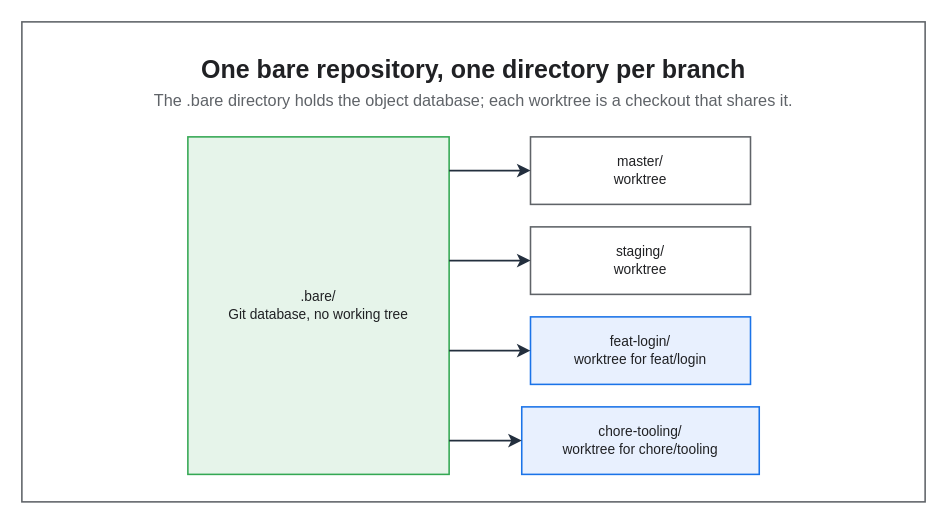
KKamJi98/kkamji98.github.io keeps this draw.io diagram as assets/img/git/bare-worktree-layout.drawio. Above is the earlier version. Source tidied: cells renumbered, new cells numbered last; positions are measured from the earlier drawing's top-left corner, leaving out a move shared by most shapes. Both pictures are drawn from the tidied source at 125%, with x=0, y=0 at pixel (21, 21).
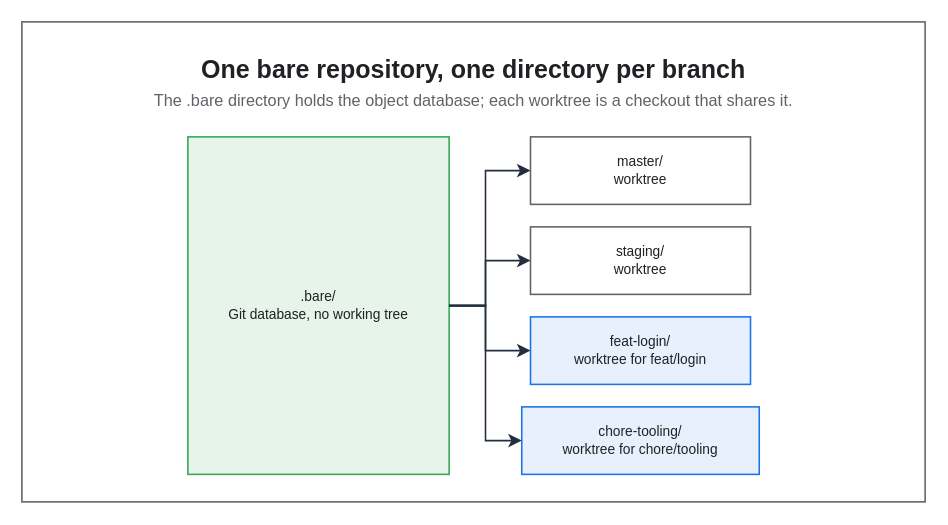
The same page after the edit.

The change refers to these unchanged cells:
```xml
<mxCell id="5" value=".bare/&#10;Git database, no working tree" style="rounded=0;whiteSpace=wrap;html=0;fillColor=#E6F4EA;strokeColor=#34A853;fontColor=#202124;fontSize=11;fontStyle=0;align=center;verticalAlign=middle;spacingLeft=6;spacingRight=6;strokeWidth=1.25;" parent="1" vertex="1">
  <mxGeometry x="132.8" y="92" width="209" height="270" as="geometry" />
</mxCell>
<mxCell id="6" value="master/&#10;worktree" style="rounded=0;whiteSpace=wrap;html=0;fillColor=#FFFFFF;strokeColor=#5F6368;fontColor=#202124;fontSize=11;fontStyle=0;align=center;verticalAlign=middle;spacingLeft=6;spacingRight=6;strokeWidth=1.25;" parent="1" vertex="1">
  <mxGeometry x="406.9" y="92" width="176" height="54" as="geometry" />
</mxCell>
<mxCell id="7" value="staging/&#10;worktree" style="rounded=0;whiteSpace=wrap;html=0;fillColor=#FFFFFF;strokeColor=#5F6368;fontColor=#202124;fontSize=11;fontStyle=0;align=center;verticalAlign=middle;spacingLeft=6;spacingRight=6;strokeWidth=1.25;" parent="1" vertex="1">
  <mxGeometry x="406.9" y="164" width="176" height="54" as="geometry" />
</mxCell>
<mxCell id="8" value="feat-login/&#10;worktree for feat/login" style="rounded=0;whiteSpace=wrap;html=0;fillColor=#E8F0FE;strokeColor=#1A73E8;fontColor=#202124;fontSize=11;fontStyle=0;align=center;verticalAlign=middle;spacingLeft=6;spacingRight=6;strokeWidth=1.25;" parent="1" vertex="1">
  <mxGeometry x="406.9" y="236" width="176" height="54" as="geometry" />
</mxCell>
<mxCell id="9" value="chore-tooling/&#10;worktree for chore/tooling" style="rounded=0;whiteSpace=wrap;html=0;fillColor=#E8F0FE;strokeColor=#1A73E8;fontColor=#202124;fontSize=11;fontStyle=0;align=center;verticalAlign=middle;spacingLeft=6;spacingRight=6;strokeWidth=1.25;" parent="1" vertex="1">
  <mxGeometry x="399.9" y="308" width="190" height="54" as="geometry" />
</mxCell>
```

The edit, as a diff of the source:
```diff
@@
-    <mxCell id="10" style="edgeStyle=orthogonalEdgeStyle;rounded=0;html=0;strokeColor=#232F3E;strokeWidth=1.25;endArrow=classic;endFill=1;endSize=7;fontSize=11;fontColor=#202124;labelBackgroundColor=none;jettySize=14;exitX=1;exitY=0.1;entryX=0;entryY=0.5;exitDx=0;exitDy=0;entryDx=0;entryDy=0;" parent="1" edge="1" source="5" target="6">
-      <mxGeometry relative="1" as="geometry" />
+    <mxCell id="10" style="edgeStyle=orthogonalEdgeStyle;rounded=0;html=0;strokeColor=#232F3E;strokeWidth=1.25;endArrow=classic;endFill=1;endSize=7;fontSize=11;fontColor=#202124;labelBackgroundColor=none;jettySize=14;exitX=1;exitY=0.5;entryX=0;entryY=0.5;exitDx=0;exitDy=0;entryDx=0;entryDy=0;" parent="1" edge="1" source="5" target="6">
+      <mxGeometry relative="1" as="geometry">
+        <Array as="points">
+          <mxPoint x="370.9" y="227" />
+          <mxPoint x="370.9" y="119" />
+        </Array>
+      </mxGeometry>
     </mxCell>
-    <mxCell id="11" style="edgeStyle=orthogonalEdgeStyle;rounded=0;html=0;strokeColor=#232F3E;strokeWidth=1.25;endArrow=classic;endFill=1;endSize=7;fontSize=11;fontColor=#202124;labelBackgroundColor=none;jettySize=14;exitX=1;exitY=0.3667;entryX=0;entryY=0.5;exitDx=0;exitDy=0;entryDx=0;entryDy=0;" parent="1" edge="1" source="5" target="7">
-      <mxGeometry relative="1" as="geometry" />
+    <mxCell id="11" style="edgeStyle=orthogonalEdgeStyle;rounded=0;html=0;strokeColor=#232F3E;strokeWidth=1.25;endArrow=classic;endFill=1;endSize=7;fontSize=11;fontColor=#202124;labelBackgroundColor=none;jettySize=14;exitX=1;exitY=0.5;entryX=0;entryY=0.5;exitDx=0;exitDy=0;entryDx=0;entryDy=0;" parent="1" edge="1" source="5" target="7">
+      <mxGeometry relative="1" as="geometry">
+        <Array as="points">
+          <mxPoint x="370.9" y="227" />
+          <mxPoint x="370.9" y="191" />
+        </Array>
+      </mxGeometry>
     </mxCell>
-    <mxCell id="12" style="edgeStyle=orthogonalEdgeStyle;rounded=0;html=0;strokeColor=#232F3E;strokeWidth=1.25;endArrow=classic;endFill=1;endSize=7;fontSize=11;fontColor=#202124;labelBackgroundColor=none;jettySize=14;exitX=1;exitY=0.6333;entryX=0;entryY=0.5;exitDx=0;exitDy=0;entryDx=0;entryDy=0;" parent="1" edge="1" source="5" target="8">
-      <mxGeometry relative="1" as="geometry" />
+    <mxCell id="12" style="edgeStyle=orthogonalEdgeStyle;rounded=0;html=0;strokeColor=#232F3E;strokeWidth=1.25;endArrow=classic;endFill=1;endSize=7;fontSize=11;fontColor=#202124;labelBackgroundColor=none;jettySize=14;exitX=1;exitY=0.5;entryX=0;entryY=0.5;exitDx=0;exitDy=0;entryDx=0;entryDy=0;" parent="1" edge="1" source="5" target="8">
+      <mxGeometry relative="1" as="geometry">
+        <Array as="points">
+          <mxPoint x="370.9" y="227" />
+          <mxPoint x="370.9" y="263" />
+        </Array>
+      </mxGeometry>
     </mxCell>
-    <mxCell id="13" style="edgeStyle=orthogonalEdgeStyle;rounded=0;html=0;strokeColor=#232F3E;strokeWidth=1.25;endArrow=classic;endFill=1;endSize=7;fontSize=11;fontColor=#202124;labelBackgroundColor=none;jettySize=14;exitX=1;exitY=0.9;entryX=0;entryY=0.5;exitDx=0;exitDy=0;entryDx=0;entryDy=0;" parent="1" edge="1" source="5" target="9">
-      <mxGeometry relative="1" as="geometry" />
+    <mxCell id="13" style="edgeStyle=orthogonalEdgeStyle;rounded=0;html=0;strokeColor=#232F3E;strokeWidth=1.25;endArrow=classic;endFill=1;endSize=7;fontSize=11;fontColor=#202124;labelBackgroundColor=none;jettySize=14;exitX=1;exitY=0.5;entryX=0;entryY=0.5;exitDx=0;exitDy=0;entryDx=0;entryDy=0;" parent="1" edge="1" source="5" target="9">
+      <mxGeometry relative="1" as="geometry">
+        <Array as="points">
+          <mxPoint x="370.9" y="227" />
+          <mxPoint x="370.9" y="335" />
+        </Array>
+      </mxGeometry>
     </mxCell>
```
